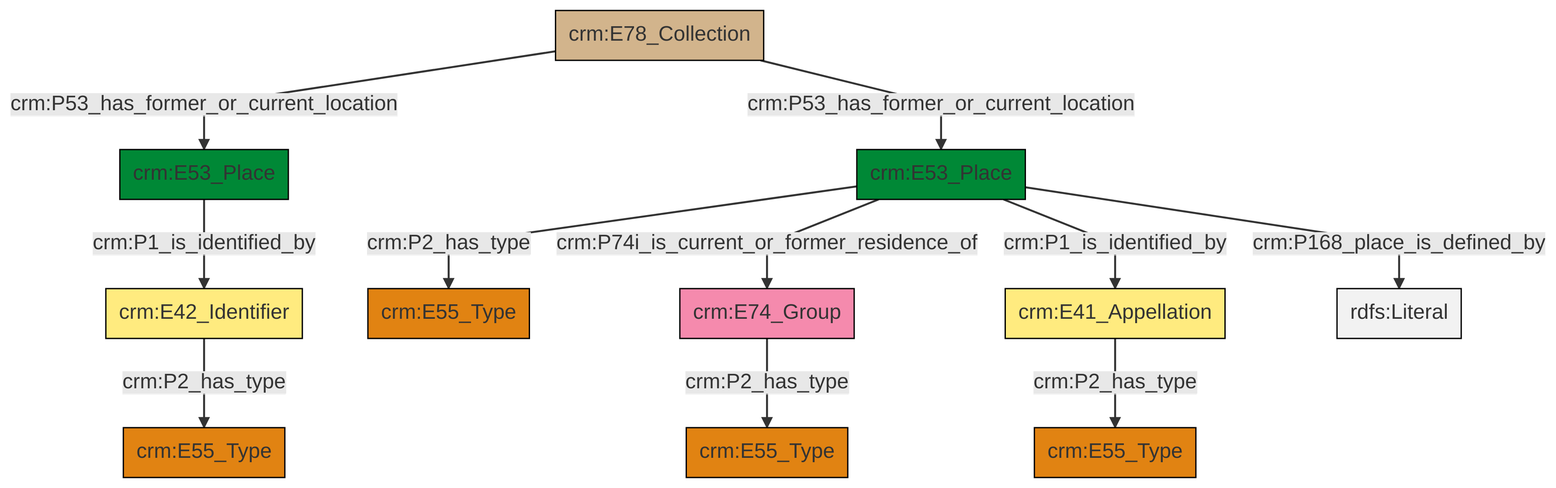
swiss-art-research-net/docs.swissartresearch keeps this Mermaid diagram as et/archivalCSV/ttl/mmd/png/archival_location.png. Above is the earlier version. Its source is kept beside it as et/archivalCSV/ttl/mmd/archival_location.ttl.mmd.
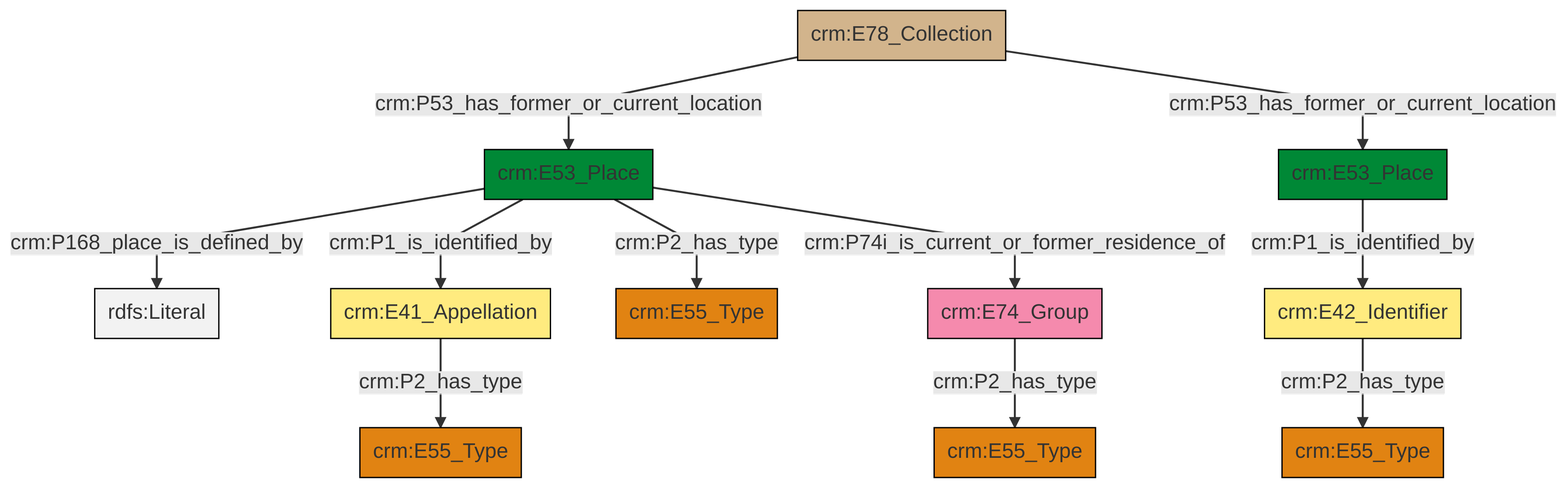
The same diagram one commit later.

What changed in the source:
```diff
@@ -13,13 +13,13 @@
 classDef PC_Classes fill:#4ce600, stroke:#000000;
 classDef Multi fill:#cccccc,stroke:#000000;
 
-0["crm:E41_Appellation"]:::Appellation -->|crm:P2_has_type| 1["crm:E55_Type"]:::Type
-4["crm:E74_Group"]:::Actor -->|crm:P2_has_type| 5["crm:E55_Type"]:::Type
-6["crm:E53_Place"]:::Place -->|crm:P74i_is_current_or_former_residence_of| 4["crm:E74_Group"]:::Actor
-6["crm:E53_Place"]:::Place -->|crm:P2_has_type| 2["crm:E55_Type"]:::Type
-12["crm:E42_Identifier"]:::Appellation -->|crm:P2_has_type| 8["crm:E55_Type"]:::Type
-14["crm:E53_Place"]:::Place -->|crm:P1_is_identified_by| 12["crm:E42_Identifier"]:::Appellation
-6["crm:E53_Place"]:::Place -->|crm:P168_place_is_defined_by| 23[rdfs:Literal]:::Literal
-16["crm:E78_Collection"]:::Physical_Thing -->|crm:P53_has_former_or_current_location| 14["crm:E53_Place"]:::Place
-6["crm:E53_Place"]:::Place -->|crm:P1_is_identified_by| 0["crm:E41_Appellation"]:::Appellation
-16["crm:E78_Collection"]:::Physical_Thing -->|crm:P53_has_former_or_current_location| 6["crm:E53_Place"]:::Place
+4["crm:E41_Appellation"]:::Appellation -->|crm:P2_has_type| 5["crm:E55_Type"]:::Type
+9["crm:E53_Place"]:::Place -->|crm:P168_place_is_defined_by| 13[rdfs:Literal]:::Literal
+9["crm:E53_Place"]:::Place -->|crm:P1_is_identified_by| 4["crm:E41_Appellation"]:::Appellation
+6["crm:E42_Identifier"]:::Appellation -->|crm:P2_has_type| 0["crm:E55_Type"]:::Type
+2["crm:E53_Place"]:::Place -->|crm:P1_is_identified_by| 6["crm:E42_Identifier"]:::Appellation
+20["crm:E78_Collection"]:::Physical_Thing -->|crm:P53_has_former_or_current_location| 9["crm:E53_Place"]:::Place
+20["crm:E78_Collection"]:::Physical_Thing -->|crm:P53_has_former_or_current_location| 2["crm:E53_Place"]:::Place
+9["crm:E53_Place"]:::Place -->|crm:P2_has_type| 18["crm:E55_Type"]:::Type
+14["crm:E74_Group"]:::Actor -->|crm:P2_has_type| 16["crm:E55_Type"]:::Type
+9["crm:E53_Place"]:::Place -->|crm:P74i_is_current_or_former_residence_of| 14["crm:E74_Group"]:::Actor
```
